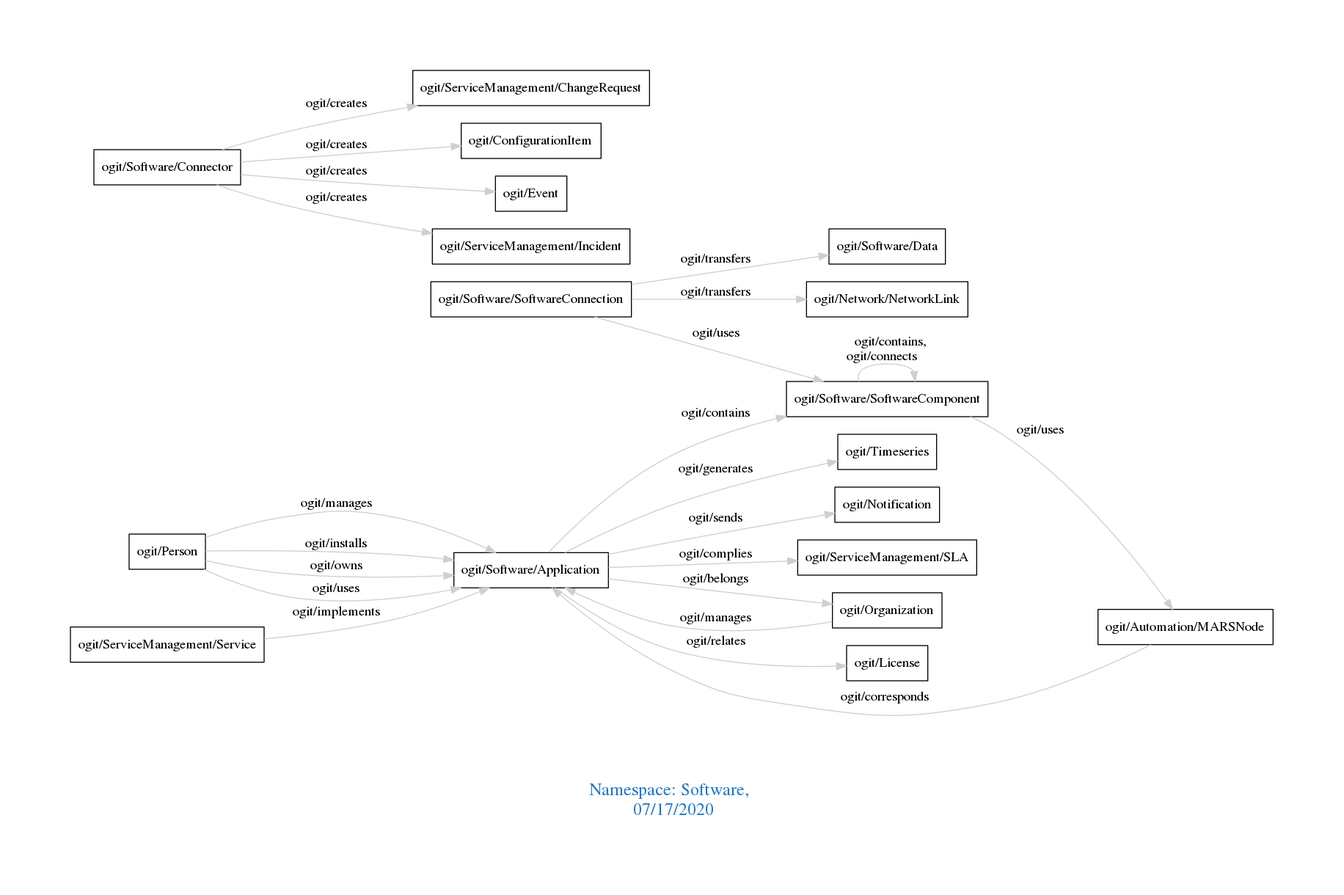
The Graphviz diagram downloads/Software.png in arago/OGIT, before a commit. Its source is kept beside it as downloads/Software.dot.
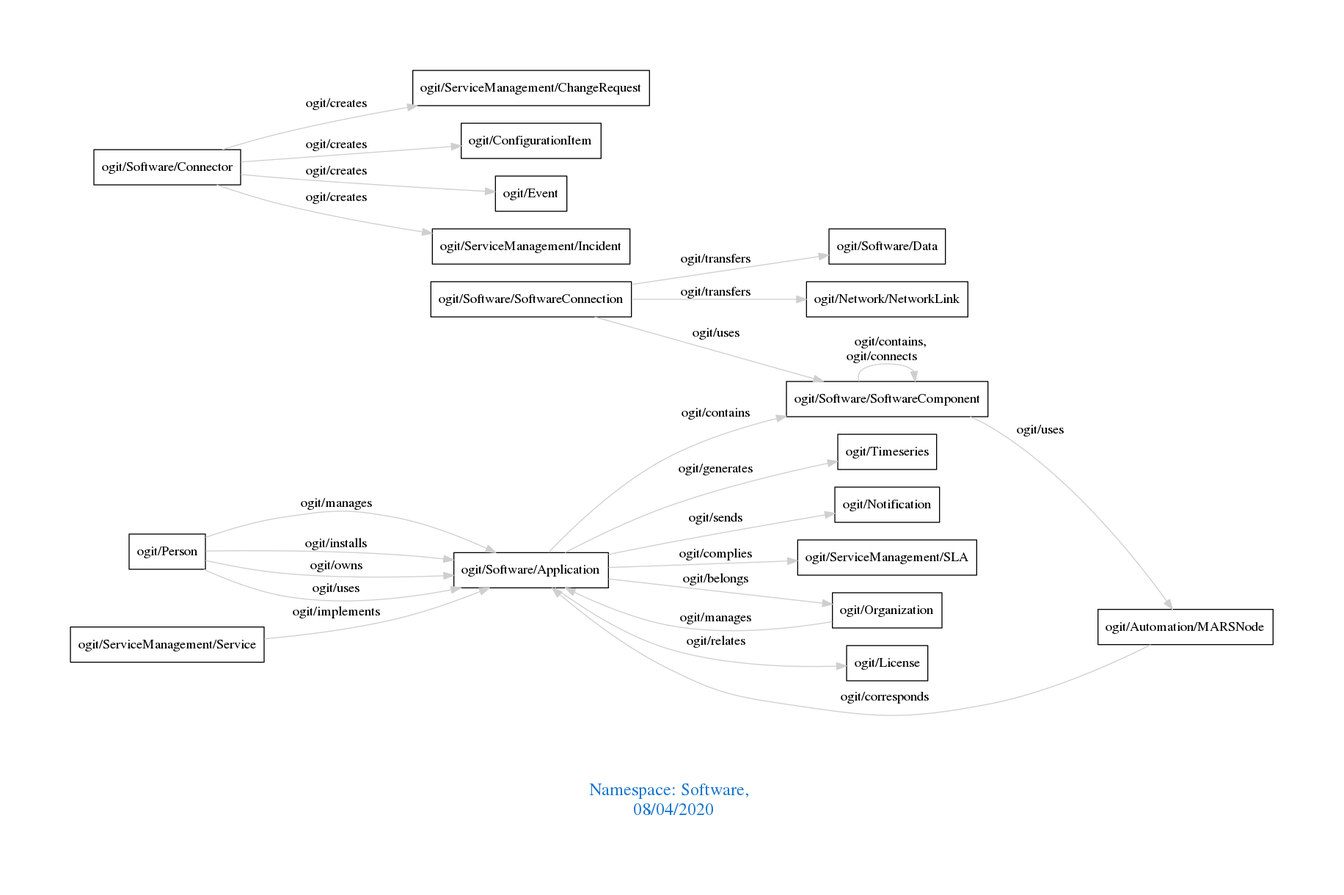
After the change.

Diff of the diagram source:
```diff
@@ -1,7 +1,7 @@
 digraph OGIT_ontology {
  graph [ rankdir= LR,pad=1
 fontsize = 18,
-fontcolor= dodgerblue3,label = "\n\n\nNamespace: Software, \n 07/17/2020"];
+fontcolor= dodgerblue3,label = "\n\n\nNamespace: Software, \n 08/04/2020"];
 node[shape=polygon];
 edge [  color="gray81"];
 
```
